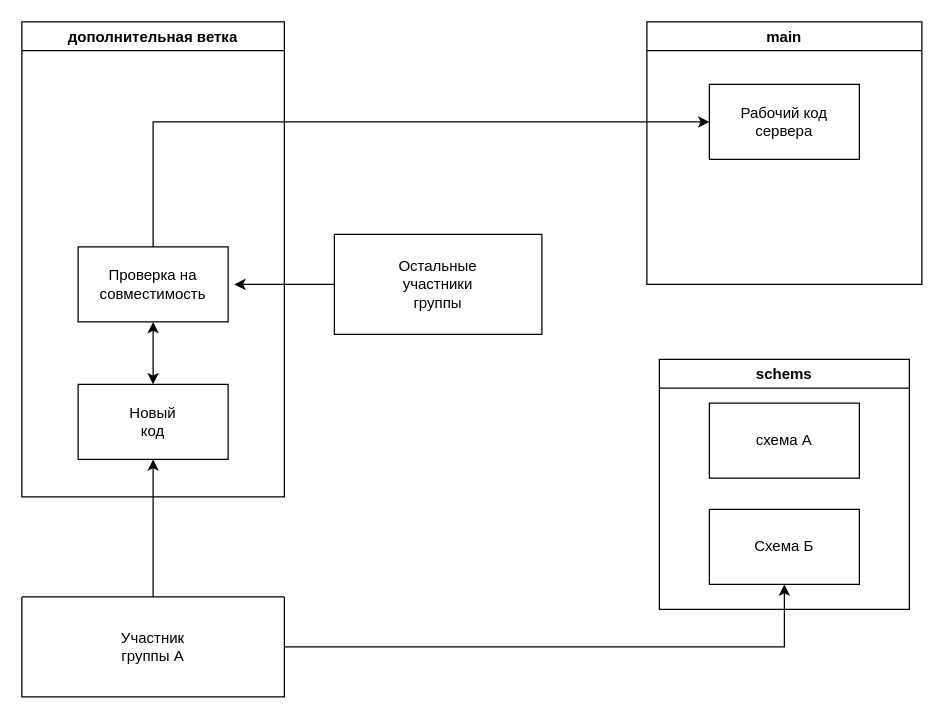
Above: Untitled Diagram.drawio in Mognoli/Proekt_mospolitech (draw.io), before the change. Source tidied: cells renumbered, new cells numbered last; positions are measured from the earlier drawing's top-left corner, leaving out a move shared by most shapes. Both pictures are drawn from the tidied source at 125%, with x=0, y=0 at pixel (21, 21).
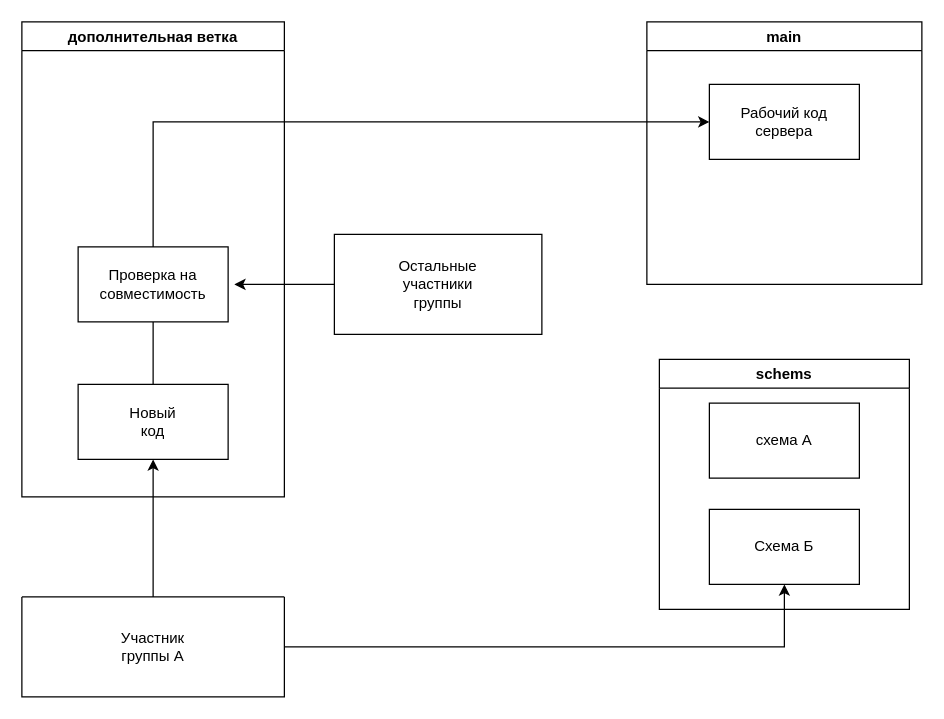
The same page after the edit.

The change refers to these unchanged cells:
```xml
<mxCell id="4" value="дополнительная ветка" style="swimlane;" parent="1" vertex="1">
  <mxGeometry width="210" height="380" as="geometry" />
</mxCell>
<mxCell id="5" style="rounded=0;whiteSpace=wrap;html=1;" parent="4" vertex="1">
  <mxGeometry x="45" y="290" width="120" height="60" as="geometry" />
</mxCell>
<mxCell id="7" style="rounded=0;whiteSpace=wrap;html=1;" parent="4" vertex="1">
  <mxGeometry x="45" y="180" width="120" height="60" as="geometry" />
</mxCell>
```

Diff of the diagram source:
```diff
@@
-    <mxCell id="9" style="endArrow=classic;startArrow=classic;html=1;rounded=0;entryX=0.5;entryY=1;entryDx=0;entryDy=0;exitX=0.5;exitY=0;exitDx=0;exitDy=0;" parent="4" edge="1" source="5" target="7">
+    <mxCell id="9" style="endArrow=none;html=1;rounded=0;entryX=0.5;entryY=1;entryDx=0;entryDy=0;exitX=0.5;exitY=0;exitDx=0;exitDy=0;" parent="4" edge="1" source="5" target="7">
       <mxGeometry relative="1" as="geometry" />
     </mxCell>
```
